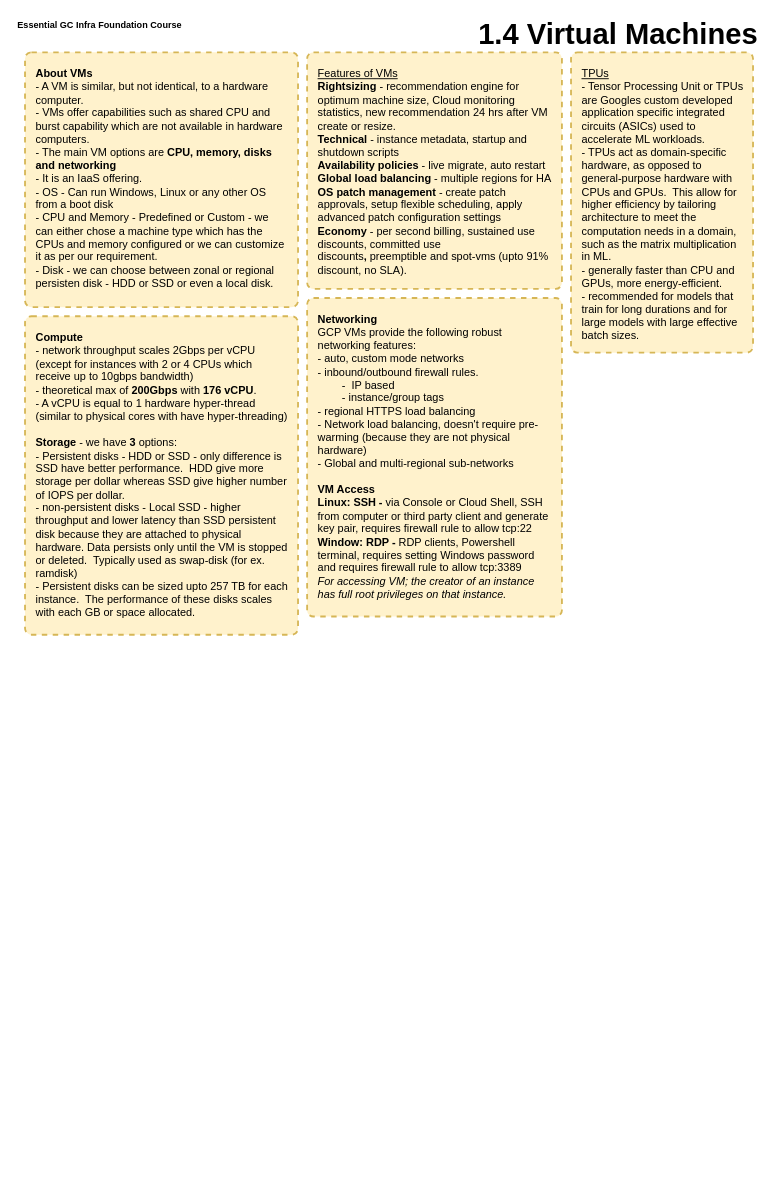
Earlier version of the draw.io diagram page "1.4 - Virtual Machines" (5 of 13) of gcp.drawio (appsparkler/draw.io). Source tidied: cells renumbered, new cells numbered last; positions are measured from the earlier drawing's top-left corner, leaving out a move shared by most shapes. Both pictures are drawn from the tidied source at 91%, with x=0, y=0 at pixel (15, 15).
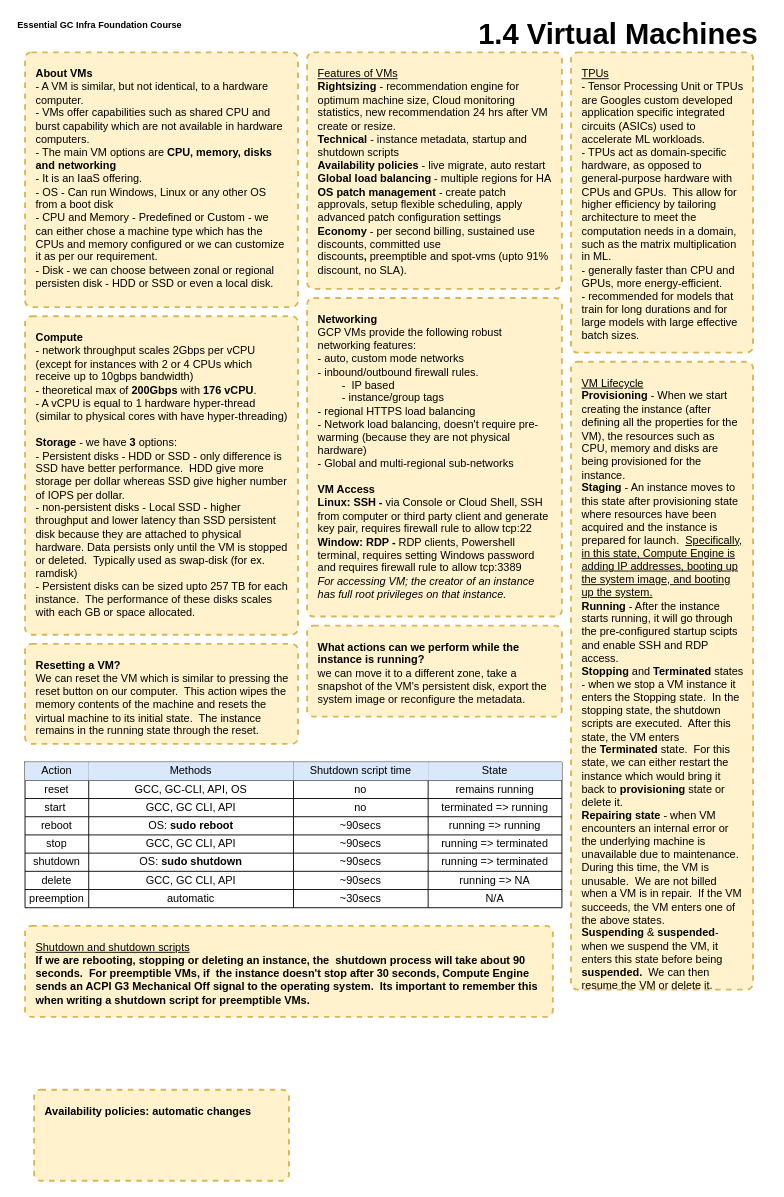
The same diagram, later.

The edit, as a diff of the source:
```diff
@@
+    <mxCell id="9" value="&lt;div&gt;&lt;u&gt;VM Lifecycle&lt;/u&gt;&lt;/div&gt;&lt;div&gt;&lt;b&gt;Provisioning&lt;/b&gt; - When we start creating the instance (after defining all the properties for the VM), the resources such as CPU, memory and disks are being provisioned for the instance.&lt;/div&gt;&lt;div&gt;&lt;b&gt;Staging&lt;/b&gt;&amp;nbsp;- An instance moves to this state after provisioning state where resources have been acquired and the instance is prepared for launch.&amp;nbsp; &lt;u&gt;Specifically, in this state, Compute Engine is adding IP addresses, booting up the system image, and booting up the system.&lt;/u&gt;&lt;/div&gt;&lt;div&gt;&lt;b&gt;Running&lt;/b&gt;&amp;nbsp;- After the instance starts running, it will go through the pre-configured startup scipts and enable SSH and RDP access.&amp;nbsp;&lt;/div&gt;&lt;div&gt;&lt;b&gt;Stopping&lt;/b&gt;&amp;nbsp;and &lt;b&gt;Terminated &lt;/b&gt;states - when we stop a VM instance it enters the Stopping state.&amp;nbsp; In the stopping state, the shutdown scripts are executed.&amp;nbsp; After this state, the VM enters the&amp;nbsp;&lt;b&gt;Terminated&lt;/b&gt;&amp;nbsp;state.&amp;nbsp; For this state, we can either restart the instance which would bring it back to&amp;nbsp;&lt;b&gt;provisioning&amp;nbsp;&lt;/b&gt;state or delete it.&lt;/div&gt;&lt;div&gt;&lt;b&gt;Repairing state&lt;/b&gt; - when VM encounters an internal error or the underlying machine is unavailable due to maintenance.&amp;nbsp; During this time, the VM is unusable.&amp;nbsp; We are not billed when a VM is in repair.&amp;nbsp; If the VM succeeds, the VM enters one of the above states.&lt;/div&gt;&lt;div&gt;&lt;b&gt;Suspending &lt;/b&gt;&amp;amp; &lt;b&gt;suspended&lt;/b&gt;- when we suspend the VM, it enters this state before being &lt;b&gt;suspended.&amp;nbsp; &lt;/b&gt;We can then resume the VM or delete it.&lt;/div&gt;&lt;div&gt;&lt;br&gt;&lt;/div&gt;&lt;div&gt;&lt;br&gt;&lt;/div&gt;&lt;div&gt;&lt;br&gt;&lt;/div&gt;" style="rounded=1;whiteSpace=wrap;html=1;absoluteArcSize=1;arcSize=14;strokeWidth=2;fillColor=#fff2cc;strokeColor=#d6b656;align=left;spacing=12;verticalAlign=top;dashed=1;" parent="1" vertex="1">
+      <mxGeometry x="610" y="380" width="200" height="690" as="geometry" />
+    </mxCell>
+    <mxCell id="10" value="&lt;div&gt;&lt;b&gt;What actions can we perform while the instance is running?&lt;/b&gt;&lt;/div&gt;&lt;div&gt;we can move it to a different zone, take a snapshot of the VM's persistent disk, export the system image or reconfigure the metadata.&lt;/div&gt;" style="rounded=1;whiteSpace=wrap;html=1;absoluteArcSize=1;arcSize=14;strokeWidth=2;fillColor=#fff2cc;strokeColor=#d6b656;align=left;spacing=12;verticalAlign=top;dashed=1;" parent="1" vertex="1">
+      <mxGeometry x="320" y="670" width="280" height="100" as="geometry" />
+    </mxCell>
+    <mxCell id="11" value="&lt;div&gt;&lt;b&gt;Resetting a VM?&lt;/b&gt;&lt;/div&gt;&lt;div&gt;We can reset the VM which is similar to pressing the reset button on our computer.&amp;nbsp; This action wipes the memory contents of the machine and resets the virtual machine to its initial state.&amp;nbsp; The instance remains in the running state through the reset.&lt;/div&gt;" style="rounded=1;whiteSpace=wrap;html=1;absoluteArcSize=1;arcSize=14;strokeWidth=2;fillColor=#fff2cc;strokeColor=#d6b656;align=left;spacing=12;verticalAlign=top;dashed=1;" parent="1" vertex="1">
+      <mxGeometry x="10" y="690" width="300" height="110" as="geometry" />
+    </mxCell>
+    <mxCell id="12" style="shape=table;startSize=0;childLayout=tableLayout;" parent="1" vertex="1">
+      <mxGeometry x="10" y="820" width="590" height="160" as="geometry" />
+    </mxCell>
+    <mxCell id="13" style="shape=tableRow;horizontal=0;startSize=0;swimlaneHead=0;swimlaneBody=0;strokeColor=inherit;top=0;left=0;bottom=0;right=0;fillColor=none;" parent="12" vertex="1">
+      <mxGeometry width="590" height="20" as="geometry" />
+    </mxCell>
+    <mxCell id="14" value="Action" style="shape=partialRectangle;html=1;whiteSpace=wrap;strokeColor=#6c8ebf;overflow=hidden;fillColor=#dae8fc;top=0;left=0;bottom=0;right=0;" parent="13" vertex="1">
+      <mxGeometry width="70" height="20" as="geometry" />
+    </mxCell>
+    <mxCell id="15" value="Methods" style="shape=partialRectangle;html=1;whiteSpace=wrap;strokeColor=#6c8ebf;overflow=hidden;fillColor=#dae8fc;top=0;left=0;bottom=0;right=0;" parent="13" vertex="1">
+      <mxGeometry x="70" width="225" height="20" as="geometry" />
+    </mxCell>
+    <mxCell id="16" value="Shutdown script time" style="shape=partialRectangle;html=1;whiteSpace=wrap;strokeColor=#6c8ebf;overflow=hidden;fillColor=#dae8fc;top=0;left=0;bottom=0;right=0;" parent="13" vertex="1">
+      <mxGeometry x="295" width="148" height="20" as="geometry" />
+    </mxCell>
+    <mxCell id="17" value="State" style="shape=partialRectangle;html=1;whiteSpace=wrap;strokeColor=#6c8ebf;overflow=hidden;fillColor=#dae8fc;top=0;left=0;bottom=0;right=0;" parent="13" vertex="1">
+      <mxGeometry x="443" width="147" height="20" as="geometry" />
+    </mxCell>
+    <mxCell id="18" style="shape=tableRow;horizontal=0;startSize=0;swimlaneHead=0;swimlaneBody=0;strokeColor=inherit;top=0;left=0;bottom=0;right=0;fillColor=none;" parent="12" vertex="1">
+      <mxGeometry y="20" width="590" height="20" as="geometry" />
+    </mxCell>
+    <mxCell id="19" value="reset" style="shape=partialRectangle;html=1;whiteSpace=wrap;strokeColor=inherit;overflow=hidden;fillColor=none;top=0;left=0;bottom=0;right=0;" parent="18" vertex="1">
+      <mxGeometry width="70" height="20" as="geometry" />
+    </mxCell>
+    <mxCell id="20" value="GCC, GC-CLI, API, OS" style="shape=partialRectangle;html=1;whiteSpace=wrap;strokeColor=inherit;overflow=hidden;fillColor=none;top=0;left=0;bottom=0;right=0;" parent="18" vertex="1">
+      <mxGeometry x="70" width="225" height="20" as="geometry" />
+    </mxCell>
+    <mxCell id="21" value="no" style="shape=partialRectangle;html=1;whiteSpace=wrap;strokeColor=inherit;overflow=hidden;fillColor=none;top=0;left=0;bottom=0;right=0;" parent="18" vertex="1">
+      <mxGeometry x="295" width="148" height="20" as="geometry" />
+    </mxCell>
+    <mxCell id="22" value="&lt;div&gt;remains running&lt;/div&gt;" style="shape=partialRectangle;html=1;whiteSpace=wrap;strokeColor=inherit;overflow=hidden;fillColor=none;top=0;left=0;bottom=0;right=0;" parent="18" vertex="1">
+      <mxGeometry x="443" width="147" height="20" as="geometry" />
+    </mxCell>
+    <mxCell id="23" style="shape=tableRow;horizontal=0;startSize=0;swimlaneHead=0;swimlaneBody=0;strokeColor=inherit;top=0;left=0;bottom=0;right=0;fillColor=none;" parent="12" vertex="1">
+      <mxGeometry y="40" width="590" height="20" as="geometry" />
+    </mxCell>
+    <mxCell id="24" value="start&lt;span style=&quot;white-space: pre;&quot;&gt;&#9;&lt;/span&gt;" style="shape=partialRectangle;html=1;whiteSpace=wrap;strokeColor=inherit;overflow=hidden;fillColor=none;top=0;left=0;bottom=0;right=0;" parent="23" vertex="1">
+      <mxGeometry width="70" height="20" as="geometry" />
+    </mxCell>
+    <mxCell id="25" value="GCC, GC CLI, API" style="shape=partialRectangle;html=1;whiteSpace=wrap;strokeColor=inherit;overflow=hidden;fillColor=none;top=0;left=0;bottom=0;right=0;" parent="23" vertex="1">
+      <mxGeometry x="70" width="225" height="20" as="geometry" />
+    </mxCell>
+    <mxCell id="26" value="no" style="shape=partialRectangle;html=1;whiteSpace=wrap;strokeColor=inherit;overflow=hidden;fillColor=none;top=0;left=0;bottom=0;right=0;" parent="23" vertex="1">
+      <mxGeometry x="295" width="148" height="20" as="geometry" />
+    </mxCell>
+    <mxCell id="27" value="terminated =&amp;gt; running" style="shape=partialRectangle;html=1;whiteSpace=wrap;strokeColor=inherit;overflow=hidden;fillColor=none;top=0;left=0;bottom=0;right=0;" parent="23" vertex="1">
+      <mxGeometry x="443" width="147" height="20" as="geometry" />
+    </mxCell>
+    <mxCell id="28" style="shape=tableRow;horizontal=0;startSize=0;swimlaneHead=0;swimlaneBody=0;strokeColor=inherit;top=0;left=0;bottom=0;right=0;fillColor=none;" parent="12" vertex="1">
+      <mxGeometry y="60" width="590" height="20" as="geometry" />
+    </mxCell>
+    <mxCell id="29" value="reboot" style="shape=partialRectangle;html=1;whiteSpace=wrap;strokeColor=inherit;overflow=hidden;fillColor=none;top=0;left=0;bottom=0;right=0;" parent="28" vertex="1">
+      <mxGeometry width="70" height="20" as="geometry" />
+    </mxCell>
+    <mxCell id="30" value="OS: &lt;b&gt;sudo reboot&lt;/b&gt;" style="shape=partialRectangle;html=1;whiteSpace=wrap;strokeColor=inherit;overflow=hidden;fillColor=none;top=0;left=0;bottom=0;right=0;" parent="28" vertex="1">
+      <mxGeometry x="70" width="225" height="20" as="geometry" />
+    </mxCell>
+    <mxCell id="31" value="~90secs" style="shape=partialRectangle;html=1;whiteSpace=wrap;strokeColor=inherit;overflow=hidden;fillColor=none;top=0;left=0;bottom=0;right=0;" parent="28" vertex="1">
+      <mxGeometry x="295" width="148" height="20" as="geometry" />
+    </mxCell>
+    <mxCell id="32" value="running =&amp;gt; running" style="shape=partialRectangle;html=1;whiteSpace=wrap;strokeColor=inherit;overflow=hidden;fillColor=none;top=0;left=0;bottom=0;right=0;" parent="28" vertex="1">
+      <mxGeometry x="443" width="147" height="20" as="geometry" />
+    </mxCell>
+    <mxCell id="33" style="shape=tableRow;horizontal=0;startSize=0;swimlaneHead=0;swimlaneBody=0;strokeColor=inherit;top=0;left=0;bottom=0;right=0;fillColor=none;" parent="12" vertex="1">
+      <mxGeometry y="80" width="590" height="20" as="geometry" />
+    </mxCell>
+    <mxCell id="34" value="stop" style="shape=partialRectangle;html=1;whiteSpace=wrap;strokeColor=inherit;overflow=hidden;fillColor=none;top=0;left=0;bottom=0;right=0;" parent="33" vertex="1">
+      <mxGeometry width="70" height="20" as="geometry" />
+    </mxCell>
+    <mxCell id="35" value="GCC, GC CLI, API" style="shape=partialRectangle;html=1;whiteSpace=wrap;strokeColor=inherit;overflow=hidden;fillColor=none;top=0;left=0;bottom=0;right=0;" parent="33" vertex="1">
+      <mxGeometry x="70" width="225" height="20" as="geometry" />
+    </mxCell>
+    <mxCell id="36" value="~90secs" style="shape=partialRectangle;html=1;whiteSpace=wrap;strokeColor=inherit;overflow=hidden;fillColor=none;top=0;left=0;bottom=0;right=0;" parent="33" vertex="1">
+      <mxGeometry x="295" width="148" height="20" as="geometry" />
+    </mxCell>
+    <mxCell id="37" value="running =&amp;gt; terminated" style="shape=partialRectangle;html=1;whiteSpace=wrap;strokeColor=inherit;overflow=hidden;fillColor=none;top=0;left=0;bottom=0;right=0;" parent="33" vertex="1">
+      <mxGeometry x="443" width="147" height="20" as="geometry" />
+    </mxCell>
+    <mxCell id="38" style="shape=tableRow;horizontal=0;startSize=0;swimlaneHead=0;swimlaneBody=0;strokeColor=inherit;top=0;left=0;bottom=0;right=0;fillColor=none;" parent="12" vertex="1">
+      <mxGeometry y="100" width="590" height="20" as="geometry" />
+    </mxCell>
+    <mxCell id="39" value="shutdown" style="shape=partialRectangle;html=1;whiteSpace=wrap;strokeColor=inherit;overflow=hidden;fillColor=none;top=0;left=0;bottom=0;right=0;" parent="38" vertex="1">
+      <mxGeometry width="70" height="20" as="geometry" />
+    </mxCell>
+    <mxCell id="40" value="OS: &lt;b&gt;sudo shutdown&lt;/b&gt;" style="shape=partialRectangle;html=1;whiteSpace=wrap;strokeColor=inherit;overflow=hidden;fillColor=none;top=0;left=0;bottom=0;right=0;" parent="38" vertex="1">
+      <mxGeometry x="70" width="225" height="20" as="geometry" />
+    </mxCell>
+    <mxCell id="41" value="~90secs" style="shape=partialRectangle;html=1;whiteSpace=wrap;strokeColor=inherit;overflow=hidden;fillColor=none;top=0;left=0;bottom=0;right=0;" parent="38" vertex="1">
+      <mxGeometry x="295" width="148" height="20" as="geometry" />
+    </mxCell>
+    <mxCell id="42" value="running =&amp;gt; terminated" style="shape=partialRectangle;html=1;whiteSpace=wrap;strokeColor=inherit;overflow=hidden;fillColor=none;top=0;left=0;bottom=0;right=0;" parent="38" vertex="1">
+      <mxGeometry x="443" width="147" height="20" as="geometry" />
+    </mxCell>
+    <mxCell id="43" style="shape=tableRow;horizontal=0;startSize=0;swimlaneHead=0;swimlaneBody=0;strokeColor=inherit;top=0;left=0;bottom=0;right=0;fillColor=none;" parent="12" vertex="1">
+      <mxGeometry y="120" width="590" height="20" as="geometry" />
+    </mxCell>
+    <mxCell id="44" value="delete" style="shape=partialRectangle;html=1;whiteSpace=wrap;strokeColor=inherit;overflow=hidden;fillColor=none;top=0;left=0;bottom=0;right=0;" parent="43" vertex="1">
+      <mxGeometry width="70" height="20" as="geometry" />
+    </mxCell>
+    <mxCell id="45" value="GCC, GC CLI, API" style="shape=partialRectangle;html=1;whiteSpace=wrap;strokeColor=inherit;overflow=hidden;fillColor=none;top=0;left=0;bottom=0;right=0;" parent="43" vertex="1">
+      <mxGeometry x="70" width="225" height="20" as="geometry" />
+    </mxCell>
+    <mxCell id="46" value="~90secs" style="shape=partialRectangle;html=1;whiteSpace=wrap;strokeColor=inherit;overflow=hidden;fillColor=none;top=0;left=0;bottom=0;right=0;" parent="43" vertex="1">
+      <mxGeometry x="295" width="148" height="20" as="geometry" />
+    </mxCell>
+    <mxCell id="47" value="running =&amp;gt; NA" style="shape=partialRectangle;html=1;whiteSpace=wrap;strokeColor=inherit;overflow=hidden;fillColor=none;top=0;left=0;bottom=0;right=0;" parent="43" vertex="1">
+      <mxGeometry x="443" width="147" height="20" as="geometry" />
+    </mxCell>
+    <mxCell id="48" style="shape=tableRow;horizontal=0;startSize=0;swimlaneHead=0;swimlaneBody=0;strokeColor=inherit;top=0;left=0;bottom=0;right=0;fillColor=none;" parent="12" vertex="1">
+      <mxGeometry y="140" width="590" height="20" as="geometry" />
+    </mxCell>
+    <mxCell id="49" value="preemption" style="shape=partialRectangle;html=1;whiteSpace=wrap;strokeColor=inherit;overflow=hidden;fillColor=none;top=0;left=0;bottom=0;right=0;" parent="48" vertex="1">
+      <mxGeometry width="70" height="20" as="geometry" />
+    </mxCell>
+    <mxCell id="50" value="automatic" style="shape=partialRectangle;html=1;whiteSpace=wrap;strokeColor=inherit;overflow=hidden;fillColor=none;top=0;left=0;bottom=0;right=0;" parent="48" vertex="1">
+      <mxGeometry x="70" width="225" height="20" as="geometry" />
+    </mxCell>
+    <mxCell id="51" value="~30secs" style="shape=partialRectangle;html=1;whiteSpace=wrap;strokeColor=inherit;overflow=hidden;fillColor=none;top=0;left=0;bottom=0;right=0;" parent="48" vertex="1">
+      <mxGeometry x="295" width="148" height="20" as="geometry" />
+    </mxCell>
+    <mxCell id="52" value="N/A" style="shape=partialRectangle;html=1;whiteSpace=wrap;strokeColor=inherit;overflow=hidden;fillColor=none;top=0;left=0;bottom=0;right=0;" parent="48" vertex="1">
+      <mxGeometry x="443" width="147" height="20" as="geometry" />
+    </mxCell>
+    <mxCell id="53" value="&lt;div&gt;&lt;b&gt;Availability policies: automatic changes&lt;/b&gt;&lt;/div&gt;&lt;div&gt;&lt;br&gt;&lt;/div&gt;" style="rounded=1;whiteSpace=wrap;html=1;absoluteArcSize=1;arcSize=14;strokeWidth=2;fillColor=#fff2cc;strokeColor=#d6b656;align=left;spacing=12;verticalAlign=top;dashed=1;" parent="1" vertex="1">
+      <mxGeometry x="20" y="1180" width="280" height="100" as="geometry" />
+    </mxCell>
+    <mxCell id="54" value="&lt;div&gt;&lt;u&gt;Shutdown and shutdown scripts&lt;/u&gt;&lt;/div&gt;&lt;div&gt;&lt;b&gt;If we are rebooting, stopping or deleting an instance, the&amp;nbsp; shutdown process will take about 90 seconds.&amp;nbsp; For preemptible VMs, if&amp;nbsp; the instance doesn't stop after 30 seconds, Compute Engine sends an ACPI G3 Mechanical Off signal to the operating system.&amp;nbsp; Its important to remember this when writing a shutdown script for preemptible VMs.&lt;/b&gt;&lt;/div&gt;" style="rounded=1;whiteSpace=wrap;html=1;absoluteArcSize=1;arcSize=14;strokeWidth=2;fillColor=#fff2cc;strokeColor=#d6b656;align=left;spacing=12;verticalAlign=top;dashed=1;" parent="1" vertex="1">
+      <mxGeometry x="10" y="1000" width="580" height="100" as="geometry" />
+    </mxCell>
```
